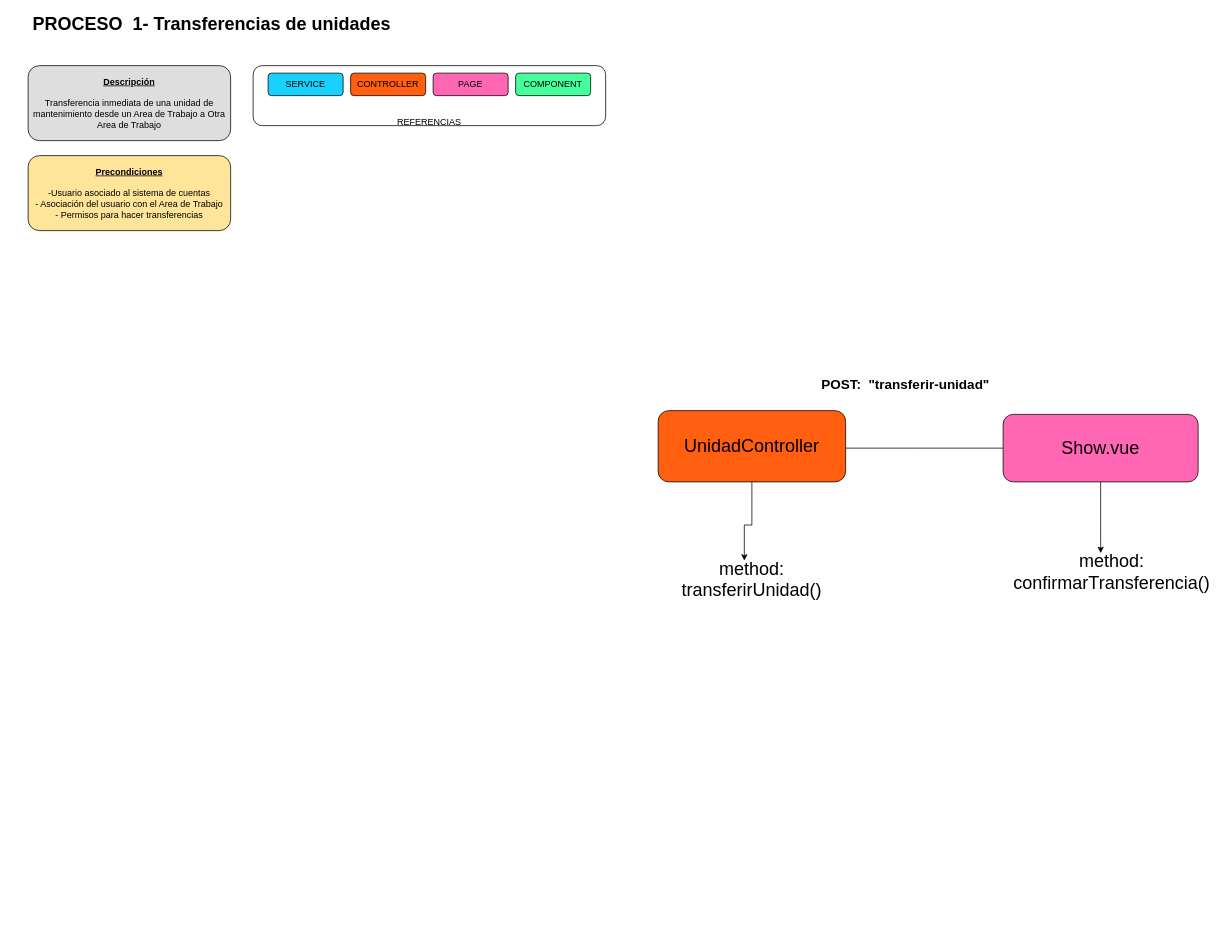
Earlier version of the draw.io diagram TransferenciaUnidad.drawio (juanfstillo/draw-io). Source tidied: cells renumbered, new cells numbered last; positions are measured from the earlier drawing's top-left corner, leaving out a move shared by most shapes. Both pictures are drawn from the tidied source at 75%, with x=0, y=0 at pixel (13, 13).
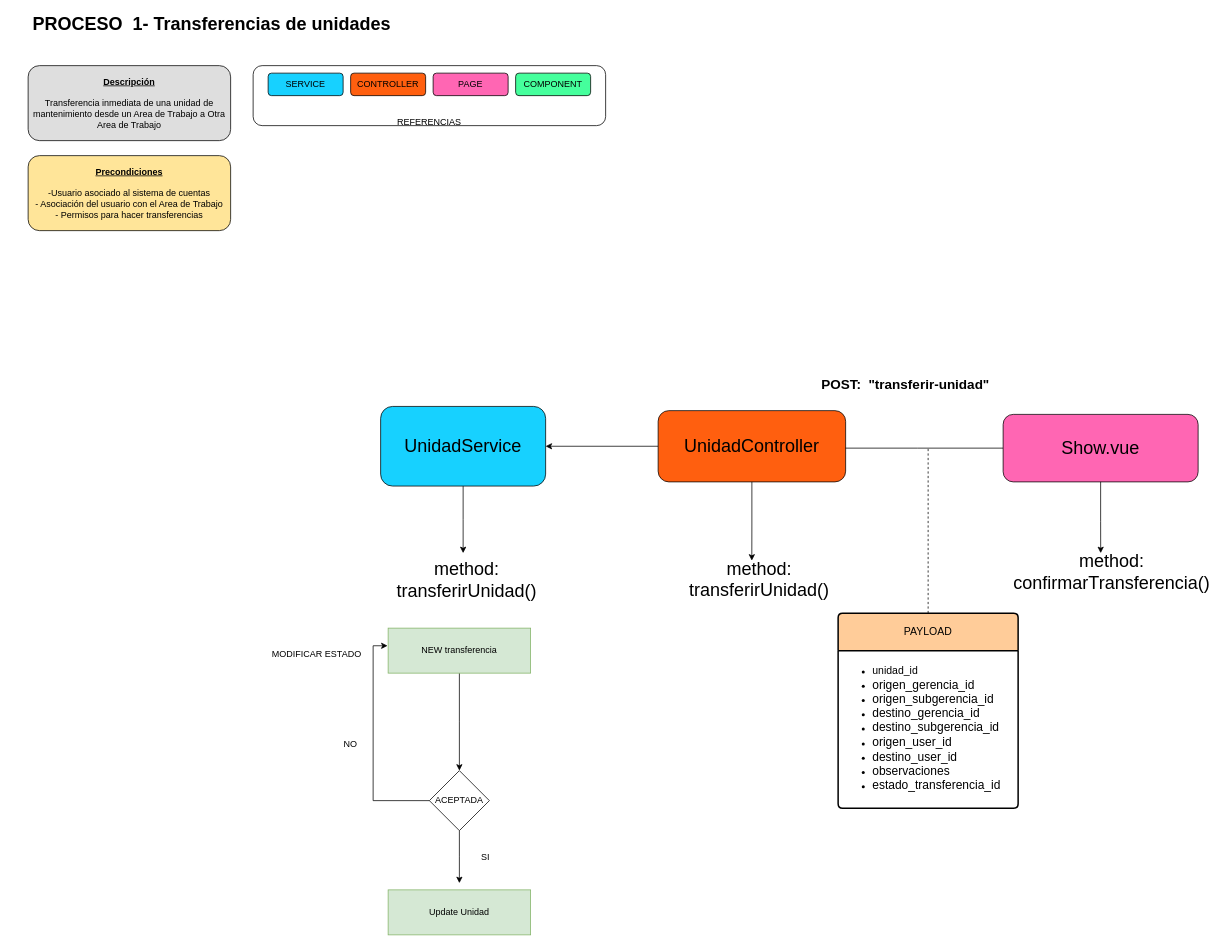
Above is the later version.

Unchanged cells that the change refers to:
```xml
<mxCell id="13" value="&lt;font style=&quot;font-size: 24px;&quot;&gt;UnidadController&lt;/font&gt;" style="rounded=1;whiteSpace=wrap;html=1;fillColor=#FF5F0F;" parent="1" vertex="1">
  <mxGeometry x="860" y="530" width="250" height="95" as="geometry" />
</mxCell>
```

The edit, as a diff of the source:
```diff
@@
+    <mxCell id="19" style="edgeStyle=orthogonalEdgeStyle;rounded=0;jettySize=auto;html=1;" parent="1" edge="1" source="13" target="21">
+      <mxGeometry relative="1" as="geometry" />
+    </mxCell>
@@
     <mxCell id="15" value="&lt;font style=&quot;font-size: 24px;&quot;&gt;method: transferirUnidad()&lt;/font&gt;" style="text;html=1;align=center;verticalAlign=middle;whiteSpace=wrap;rounded=0;" parent="1" vertex="1">
-      <mxGeometry x="880" y="740" width="210" height="30" as="geometry" />
+      <mxGeometry x="890" y="740" width="210" height="30" as="geometry" />
     </mxCell>
@@
+    <mxCell id="20" style="edgeStyle=orthogonalEdgeStyle;rounded=0;jettySize=auto;html=1;" parent="1" edge="1" source="21">
+      <mxGeometry relative="1" as="geometry">
+        <mxPoint x="600" y="720" as="targetPoint" />
+      </mxGeometry>
+    </mxCell>
+    <mxCell id="21" value="&lt;span style=&quot;font-size: 24px;&quot;&gt;UnidadService&lt;/span&gt;" style="rounded=1;whiteSpace=wrap;html=1;fillColor=#17D1FF;" parent="1" vertex="1">
+      <mxGeometry x="490" y="524.4" width="220" height="106.2" as="geometry" />
+    </mxCell>
+    <mxCell id="22" style="edgeStyle=orthogonalEdgeStyle;rounded=0;jettySize=auto;html=1;dashed=1;strokeColor=default;endArrow=none;endFill=0;strokeWidth=1;" parent="1" edge="1" source="23">
+      <mxGeometry relative="1" as="geometry">
+        <mxPoint x="1220" y="580" as="targetPoint" />
+      </mxGeometry>
+    </mxCell>
+    <mxCell id="23" value="PAYLOAD" style="swimlane;horizontal=1;startSize=50;rounded=1;fontSize=14;fontStyle=0;strokeWidth=2;shadow=0;dashed=0;align=center;arcSize=4;whiteSpace=wrap;html=1;fillColor=#FFCC99;" parent="1" vertex="1">
+      <mxGeometry x="1100" y="800" width="240" height="260" as="geometry" />
+    </mxCell>
+    <mxCell id="24" value="&lt;div&gt;&lt;ul&gt;&lt;li&gt;&lt;font style=&quot;font-size: 14px;&quot;&gt;unidad_id&lt;/font&gt;&lt;/li&gt;&lt;li&gt;&lt;font size=&quot;3&quot;&gt;origen_gerencia_id&lt;/font&gt;&lt;/li&gt;&lt;li&gt;&lt;span style=&quot;background-color: initial;&quot;&gt;&lt;font size=&quot;3&quot;&gt;origen_subgerencia_id&lt;/font&gt;&lt;/span&gt;&lt;/li&gt;&lt;li&gt;&lt;font size=&quot;3&quot;&gt;destino_gerencia_id&lt;/font&gt;&lt;/li&gt;&lt;li&gt;&lt;font size=&quot;3&quot;&gt;destino_subgerencia_id&lt;/font&gt;&lt;/li&gt;&lt;li&gt;&lt;span style=&quot;background-color: initial;&quot;&gt;&lt;font size=&quot;3&quot;&gt;origen_user_id&lt;/font&gt;&lt;/span&gt;&lt;/li&gt;&lt;li&gt;&lt;font size=&quot;3&quot;&gt;destino_user_id&lt;/font&gt;&lt;/li&gt;&lt;li&gt;&lt;font size=&quot;3&quot;&gt;observaciones&lt;/font&gt;&lt;/li&gt;&lt;li&gt;&lt;font size=&quot;3&quot;&gt;estado_transferencia_id&lt;/font&gt;&lt;/li&gt;&lt;/ul&gt;&lt;/div&gt;" style="align=left;strokeColor=none;fillColor=none;spacingLeft=4;fontSize=12;verticalAlign=top;html=1;" parent="23" vertex="1">
+      <mxGeometry y="50" width="240" height="210" as="geometry" />
+    </mxCell>
+    <mxCell id="25" value="&lt;font style=&quot;font-size: 24px;&quot;&gt;method: transferirUnidad()&lt;/font&gt;" style="text;html=1;align=center;verticalAlign=middle;whiteSpace=wrap;rounded=0;" parent="1" vertex="1">
+      <mxGeometry x="500" y="755" width="210" as="geometry" />
+    </mxCell>
+    <mxCell id="26" style="edgeStyle=orthogonalEdgeStyle;rounded=0;jettySize=auto;html=1;" parent="1" edge="1" source="27">
+      <mxGeometry relative="1" as="geometry">
+        <mxPoint x="595" y="1010" as="targetPoint" />
+      </mxGeometry>
+    </mxCell>
+    <mxCell id="27" value="NEW transferencia" style="text;html=1;align=center;verticalAlign=middle;whiteSpace=wrap;rounded=0;fillColor=#d5e8d4;strokeColor=#82b366;" parent="1" vertex="1">
+      <mxGeometry x="500" y="820" width="190" height="60" as="geometry" />
+    </mxCell>
+    <mxCell id="28" style="edgeStyle=orthogonalEdgeStyle;rounded=0;jettySize=auto;html=1;" parent="1" edge="1" source="29">
+      <mxGeometry relative="1" as="geometry">
+        <mxPoint x="595" y="1160" as="targetPoint" />
+      </mxGeometry>
+    </mxCell>
+    <mxCell id="29" value="ACEPTADA" style="rhombus;whiteSpace=wrap;html=1;" parent="1" vertex="1">
+      <mxGeometry x="555" y="1010" width="80" height="80" as="geometry" />
+    </mxCell>
+    <mxCell id="30" value="Update Unidad" style="text;html=1;align=center;verticalAlign=middle;whiteSpace=wrap;rounded=0;fillColor=#d5e8d4;strokeColor=#82b366;" parent="1" vertex="1">
+      <mxGeometry x="500" y="1169" width="190" height="60" as="geometry" />
+    </mxCell>
+    <mxCell id="31" value="SI" style="text;html=1;align=center;verticalAlign=middle;whiteSpace=wrap;rounded=0;" parent="1" vertex="1">
+      <mxGeometry x="600" y="1110" width="60" height="30" as="geometry" />
+    </mxCell>
+    <mxCell id="32" style="edgeStyle=orthogonalEdgeStyle;rounded=0;jettySize=auto;html=1;entryX=-0.004;entryY=0.392;entryDx=0;entryDy=0;entryPerimeter=0;" parent="1" edge="1" source="29" target="27">
+      <mxGeometry relative="1" as="geometry">
+        <Array as="points">
+          <mxPoint x="480" y="1050" />
+          <mxPoint x="480" y="844" />
+        </Array>
+      </mxGeometry>
+    </mxCell>
+    <mxCell id="33" value="NO" style="text;html=1;align=center;verticalAlign=middle;whiteSpace=wrap;rounded=0;" parent="1" vertex="1">
+      <mxGeometry x="420" y="960" width="60" height="30" as="geometry" />
+    </mxCell>
+    <mxCell id="34" value="MODIFICAR ESTADO" style="text;html=1;align=center;verticalAlign=middle;whiteSpace=wrap;rounded=0;" parent="1" vertex="1">
+      <mxGeometry x="320" y="840" width="170" height="30" as="geometry" />
+    </mxCell>
```
